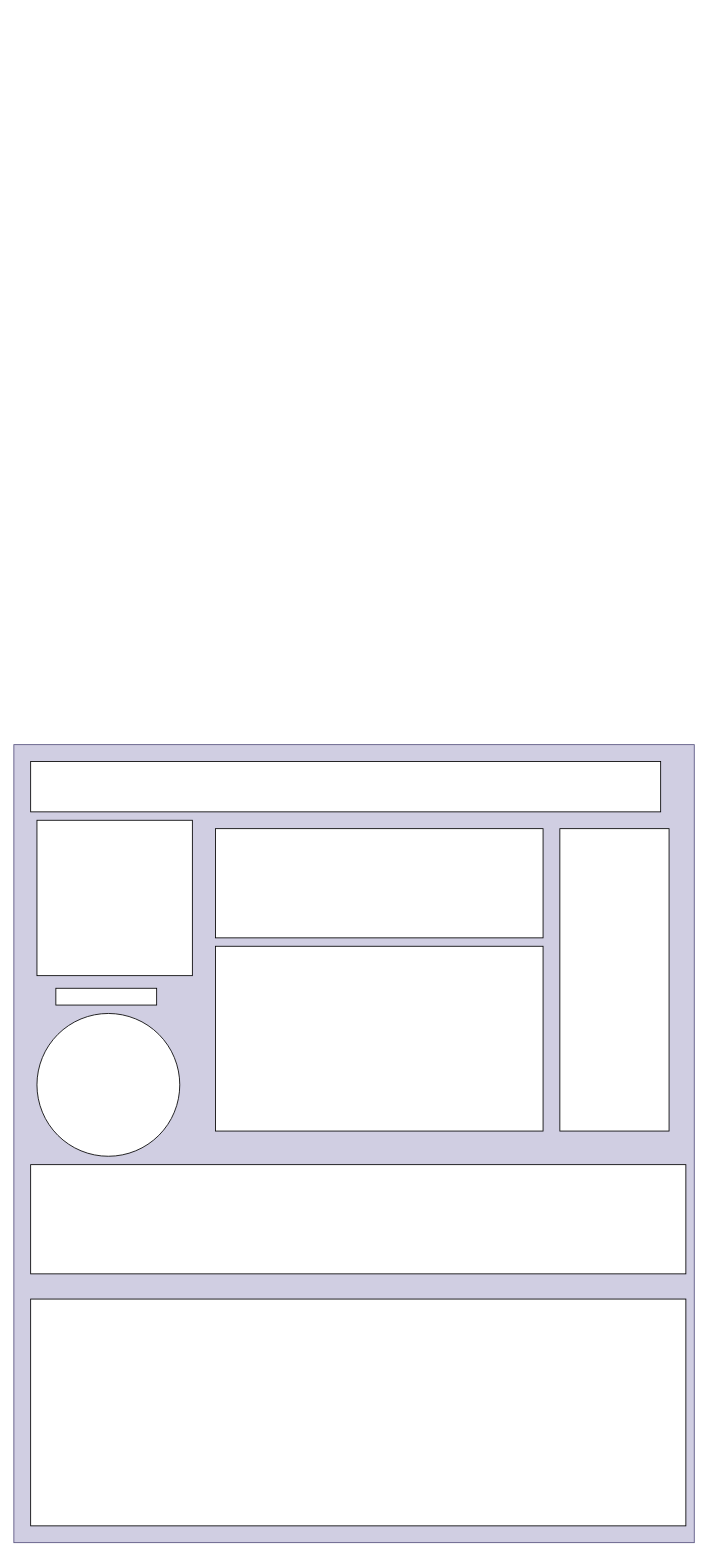
Above: layout.drawio in ASDAH-Digtal/91880-91884-Manuhavea (draw.io), before the change. Source tidied: cells renumbered, new cells numbered last; positions are measured from the earlier drawing's top-left corner, leaving out a move shared by most shapes. Both pictures are drawn from the tidied source at 84%, with x=0, y=0 at pixel (13, 744).
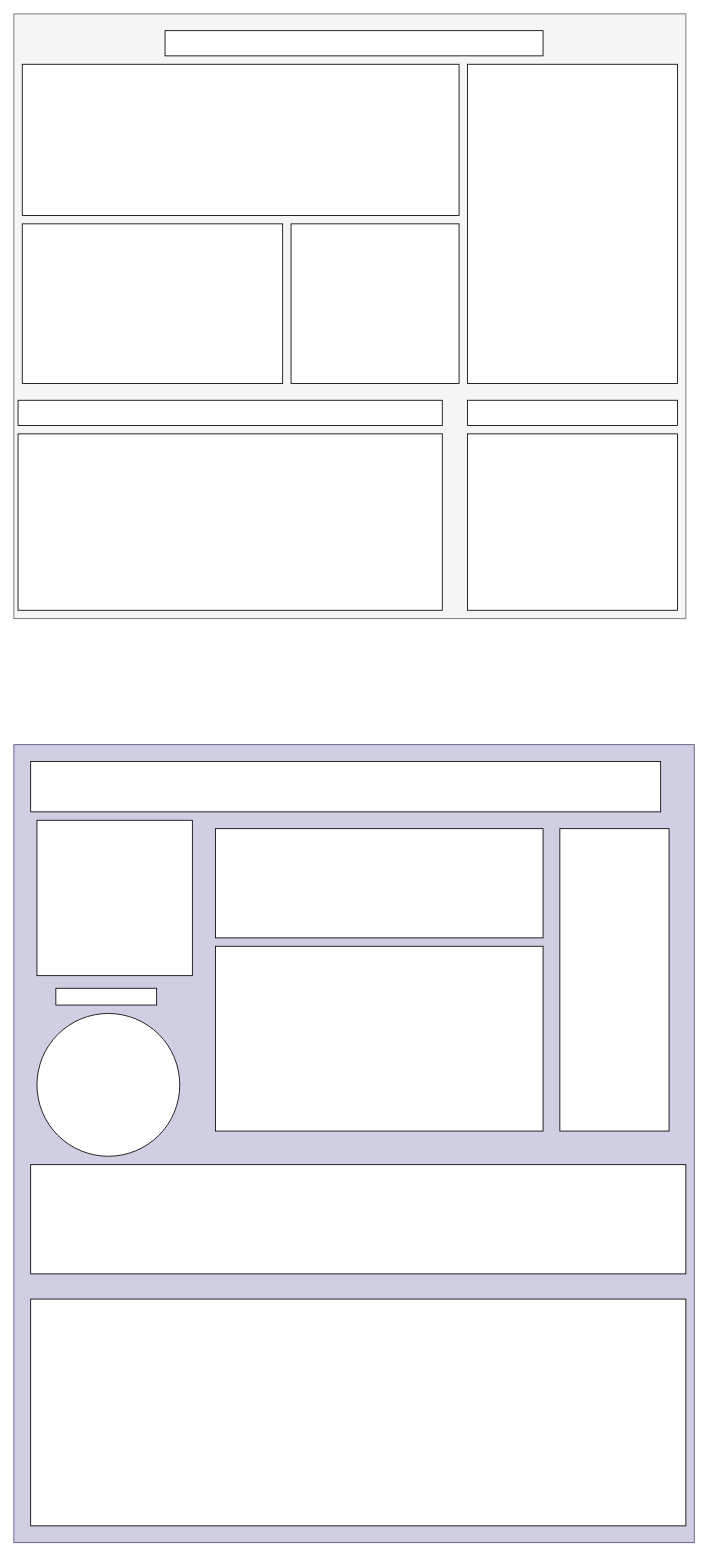
After the change.

Change to the diagram source:
```diff
@@
+    <mxCell id="12" style="rounded=0;whiteSpace=wrap;html=1;fillColor=#f5f5f5;strokeColor=#666666;fontColor=#333333;" parent="1" vertex="1">
+      <mxGeometry y="-870" width="800" height="720" as="geometry" />
+    </mxCell>
@@
+    <mxCell id="13" style="rounded=0;whiteSpace=wrap;html=1;" parent="1" vertex="1">
+      <mxGeometry x="5" y="-370" width="505" height="210" as="geometry" />
+    </mxCell>
+    <mxCell id="14" style="rounded=0;whiteSpace=wrap;html=1;" parent="1" vertex="1">
+      <mxGeometry x="540" y="-370" width="250" height="210" as="geometry" />
+    </mxCell>
+    <mxCell id="15" style="rounded=0;whiteSpace=wrap;html=1;" parent="1" vertex="1">
+      <mxGeometry x="540" y="-410" width="250" height="30" as="geometry" />
+    </mxCell>
+    <mxCell id="16" style="rounded=0;whiteSpace=wrap;html=1;" parent="1" vertex="1">
+      <mxGeometry x="5" y="-410" width="505" height="30" as="geometry" />
+    </mxCell>
+    <mxCell id="17" style="rounded=0;whiteSpace=wrap;html=1;" parent="1" vertex="1">
+      <mxGeometry x="540" y="-810" width="250" height="380" as="geometry" />
+    </mxCell>
+    <mxCell id="18" style="rounded=0;whiteSpace=wrap;html=1;" parent="1" vertex="1">
+      <mxGeometry x="180" y="-850" width="450" height="30" as="geometry" />
+    </mxCell>
+    <mxCell id="19" style="rounded=0;whiteSpace=wrap;html=1;" parent="1" vertex="1">
+      <mxGeometry x="10" y="-810" width="520" height="180" as="geometry" />
+    </mxCell>
+    <mxCell id="20" style="rounded=0;whiteSpace=wrap;html=1;" parent="1" vertex="1">
+      <mxGeometry x="330" y="-620" width="200" height="190" as="geometry" />
+    </mxCell>
+    <mxCell id="21" style="rounded=0;whiteSpace=wrap;html=1;" parent="1" vertex="1">
+      <mxGeometry x="10" y="-620" width="310" height="190" as="geometry" />
+    </mxCell>
```
